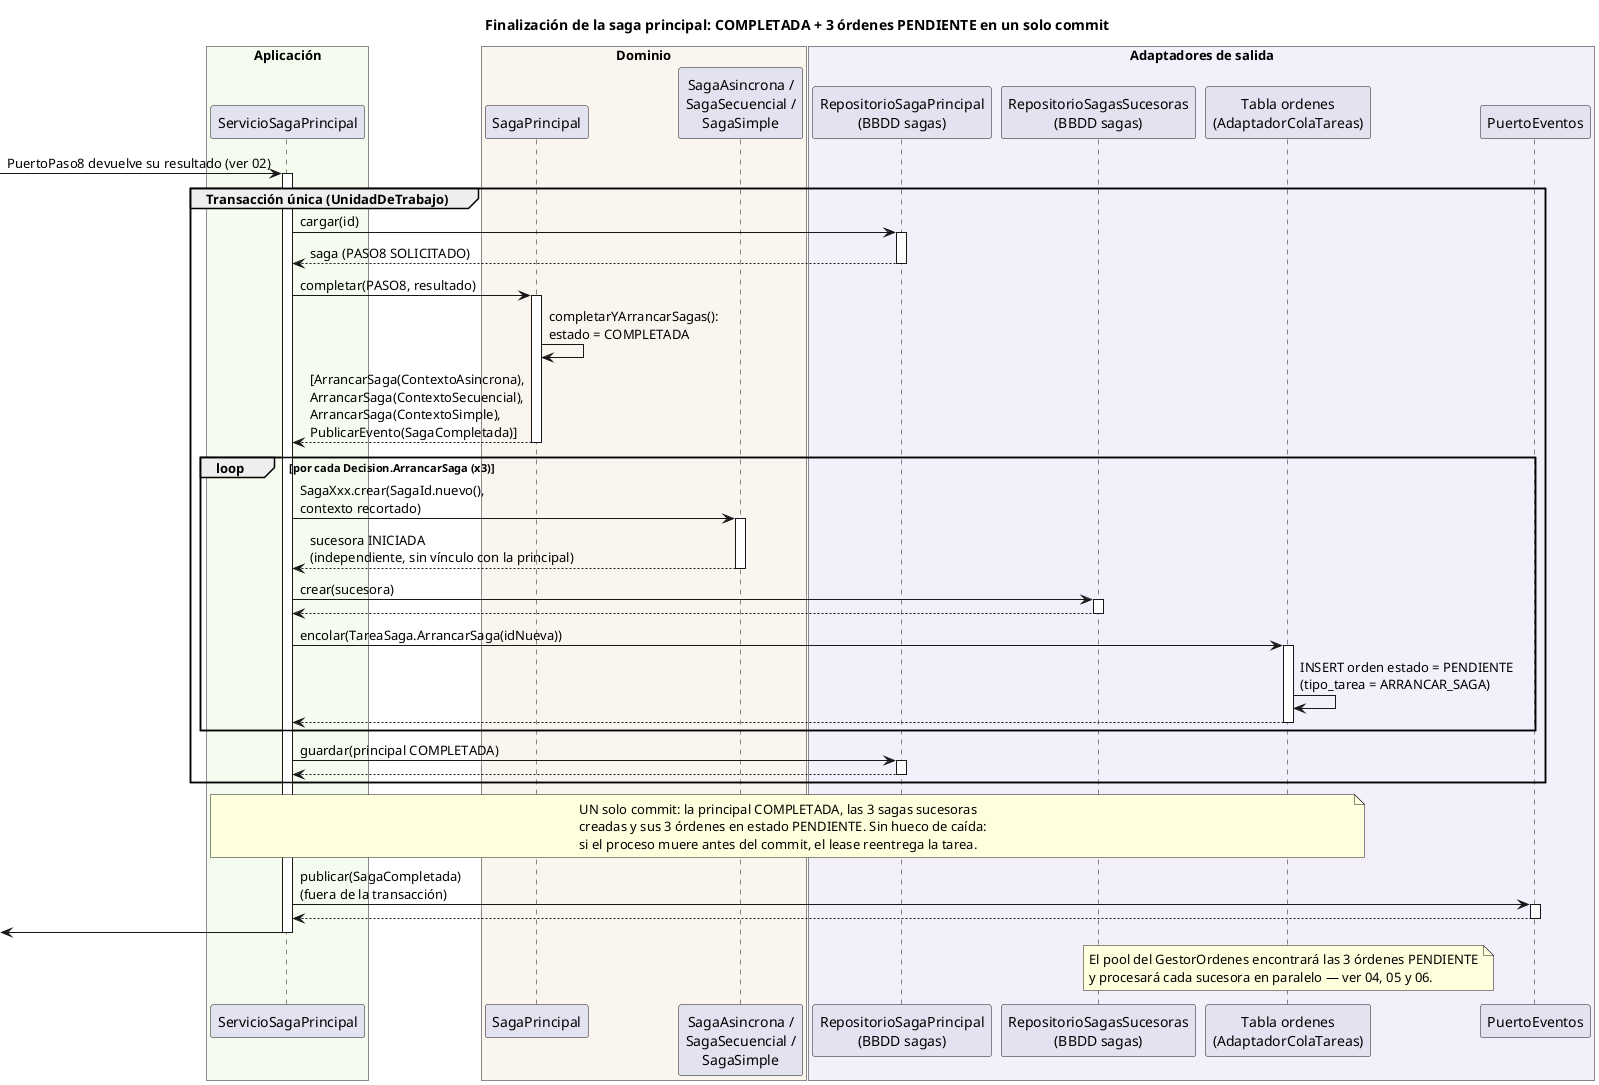
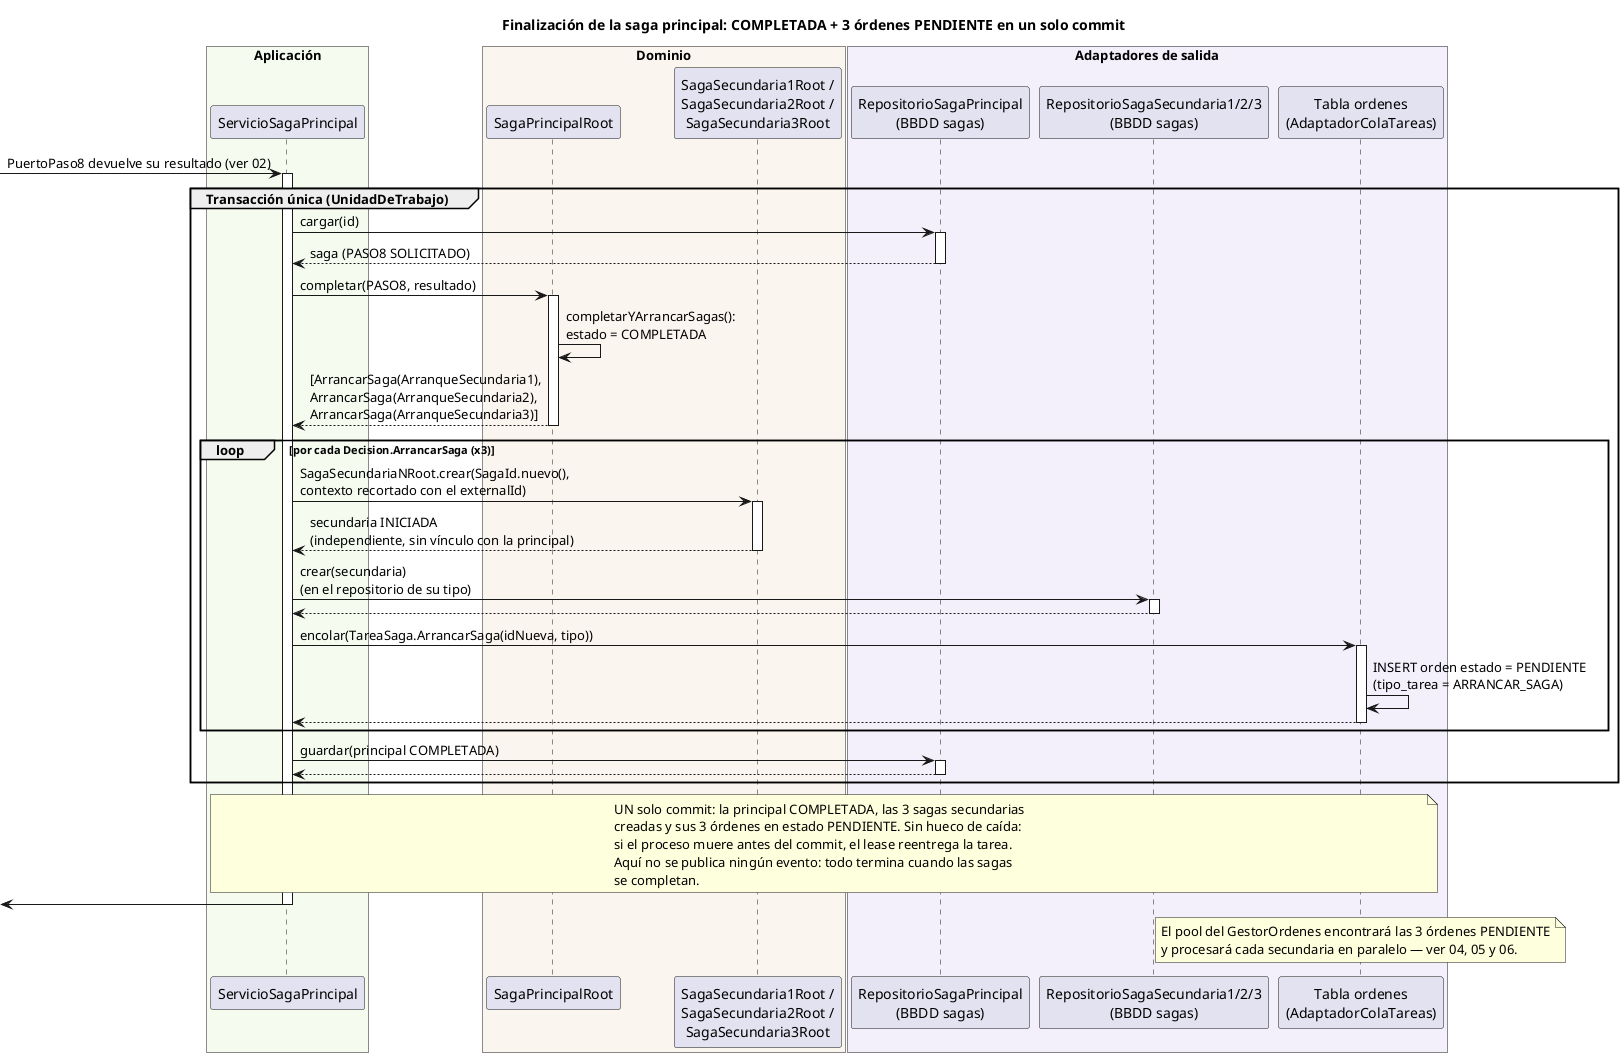
@startuml 03-finalizacion-saga-principal
title Finalización de la saga principal: COMPLETADA + 3 órdenes PENDIENTE en un solo commit

box "Aplicación" #F5FBEF
  participant "ServicioSagaPrincipal" as SVC
end box
box "Dominio" #FBF5EF
-   participant "SagaPrincipal" as SAGA
-   participant "SagaAsincrona /\nSagaSecuencial /\nSagaSimple" as SUC
+   participant "SagaPrincipalRoot" as SAGA
+   participant "SagaSecundaria1Root /\nSagaSecundaria2Root /\nSagaSecundaria3Root" as SEC
end box
box "Adaptadores de salida" #F3EFFB
  participant "RepositorioSagaPrincipal\n(BBDD sagas)" as REPO
-   participant "RepositorioSagasSucesoras\n(BBDD sagas)" as REPOS
+   participant "RepositorioSagaSecundaria1/2/3\n(BBDD sagas)" as REPOS
  participant "Tabla ordenes\n(AdaptadorColaTareas)" as ORD
-   participant "PuertoEventos" as EVT
end box

[-> SVC : PuertoPaso8 devuelve su resultado (ver 02)
activate SVC

group Transacción única (UnidadDeTrabajo)
  SVC -> REPO ++ : cargar(id)
  return saga (PASO8 SOLICITADO)
  SVC -> SAGA ++ : completar(PASO8, resultado)
  SAGA -> SAGA : completarYArrancarSagas():\nestado = COMPLETADA
-   return [ArrancarSaga(ContextoAsincrona),\nArrancarSaga(ContextoSecuencial),\nArrancarSaga(ContextoSimple),\nPublicarEvento(SagaCompletada)]
+   return [ArrancarSaga(ArranqueSecundaria1),\nArrancarSaga(ArranqueSecundaria2),\nArrancarSaga(ArranqueSecundaria3)]

  loop por cada Decision.ArrancarSaga (x3)
-     SVC -> SUC ++ : SagaXxx.crear(SagaId.nuevo(),\ncontexto recortado)
-     return sucesora INICIADA\n(independiente, sin vínculo con la principal)
-     SVC -> REPOS ++ : crear(sucesora)
+     SVC -> SEC ++ : SagaSecundariaNRoot.crear(SagaId.nuevo(),\ncontexto recortado con el externalId)
+     return secundaria INICIADA\n(independiente, sin vínculo con la principal)
+     SVC -> REPOS ++ : crear(secundaria)\n(en el repositorio de su tipo)
    return
-     SVC -> ORD ++ : encolar(TareaSaga.ArrancarSaga(idNueva))
+     SVC -> ORD ++ : encolar(TareaSaga.ArrancarSaga(idNueva, tipo))
    ORD -> ORD : INSERT orden estado = PENDIENTE\n(tipo_tarea = ARRANCAR_SAGA)
    return
  end

  SVC -> REPO ++ : guardar(principal COMPLETADA)
  return
end

note over SVC, ORD
-   UN solo commit: la principal COMPLETADA, las 3 sagas sucesoras
+   UN solo commit: la principal COMPLETADA, las 3 sagas secundarias
  creadas y sus 3 órdenes en estado PENDIENTE. Sin hueco de caída:
  si el proceso muere antes del commit, el lease reentrega la tarea.
+   Aquí no se publica ningún evento: todo termina cuando las sagas
+   se completan.
end note

- SVC -> EVT ++ : publicar(SagaCompletada)\n(fuera de la transacción)
- return
[<- SVC
deactivate SVC

note over ORD
  El pool del GestorOrdenes encontrará las 3 órdenes PENDIENTE
-   y procesará cada sucesora en paralelo — ver 04, 05 y 06.
+   y procesará cada secundaria en paralelo — ver 04, 05 y 06.
end note
@enduml
